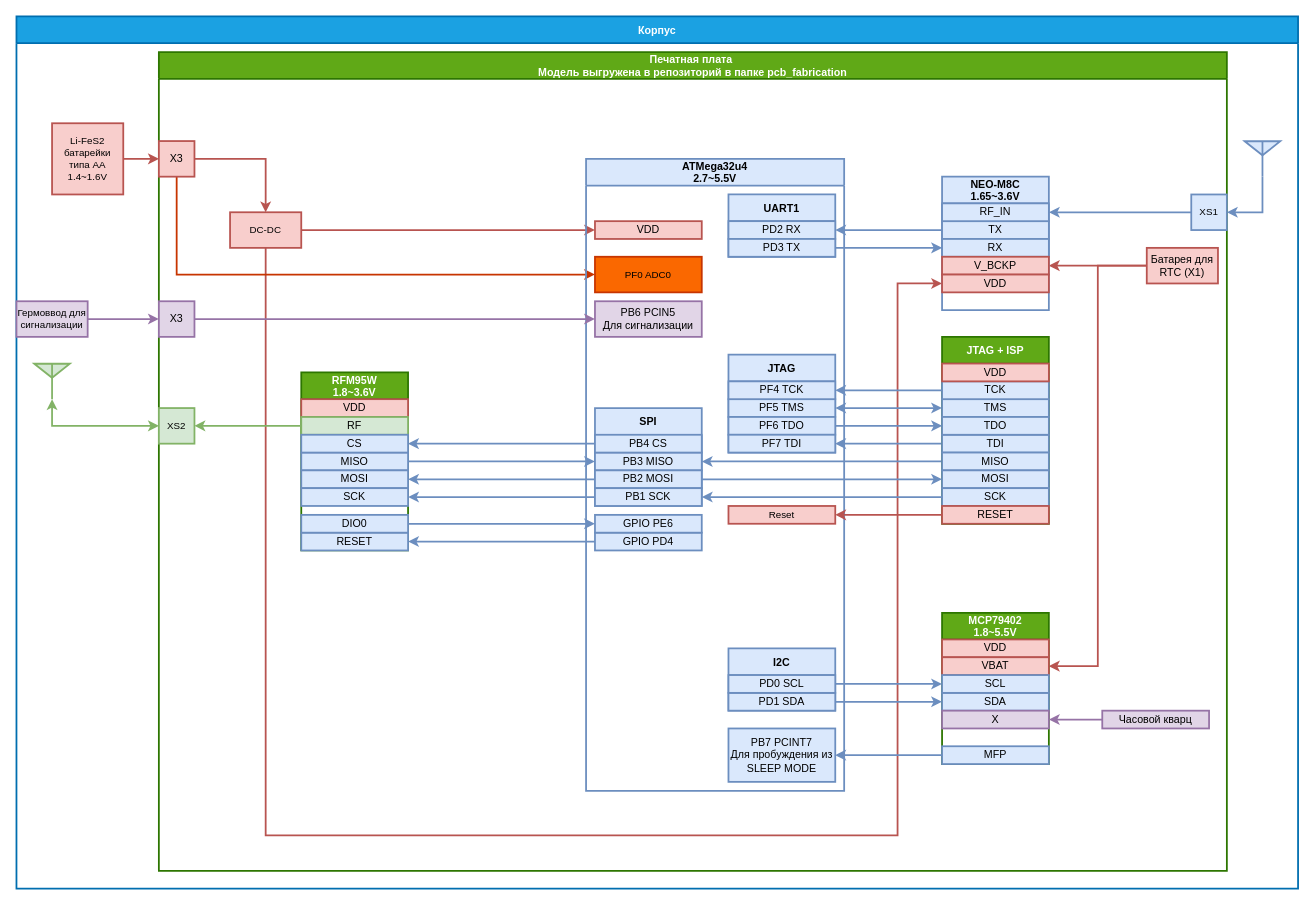
Above: page "v5" (2 of 2) of doc/Структурная схема Peggy Tracker.drawio in Kvenecusghost/Peggy (draw.io), before the change. Source tidied: cells renumbered, new cells numbered last; positions are measured from the earlier drawing's top-left corner, leaving out a move shared by most shapes. Both pictures are drawn from the tidied source at 89%, with x=0, y=0 at pixel (16, 16).
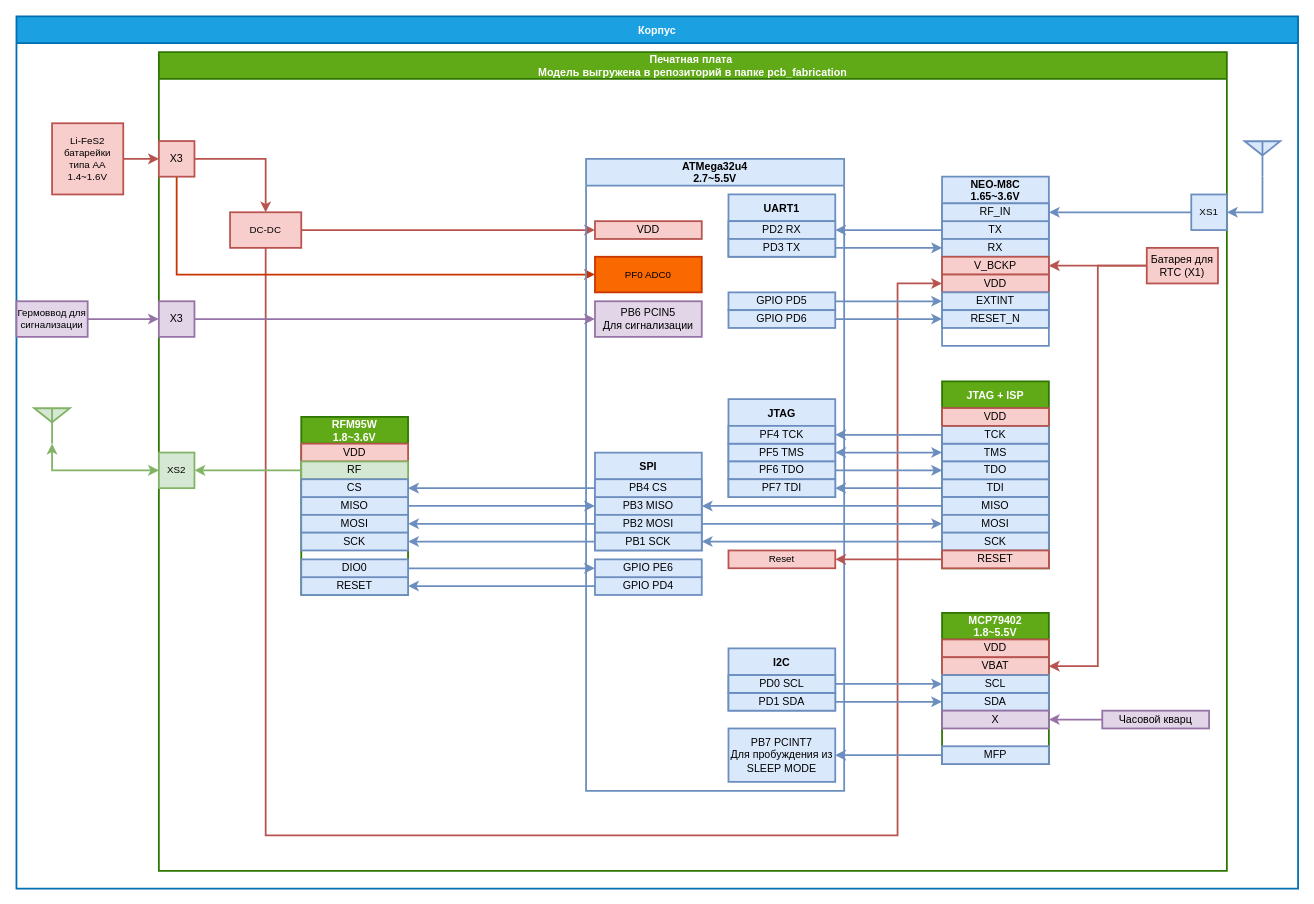
After the change.

Unchanged cells that the change refers to:
```xml
<mxCell id="2" value="Корпус" style="swimlane;startSize=30;fillColor=#1ba1e2;fontColor=#ffffff;strokeColor=#006EAF;strokeWidth=2;" parent="1" vertex="1">
  <mxGeometry width="1440" height="980" as="geometry" />
</mxCell>
<mxCell id="3" value="Печатная плата &#10;Модель выгружена в репозиторий в папке pcb_fabrication" style="swimlane;startSize=30;fillColor=#60a917;fontColor=#ffffff;strokeColor=#2D7600;strokeWidth=2;" parent="2" vertex="1">
  <mxGeometry x="160" y="40" width="1200" height="920" as="geometry" />
</mxCell>
<mxCell id="16" value="ATMega32u4&#10;2.7~5.5V" style="swimlane;startSize=30;fillColor=#dae8fc;strokeColor=#6c8ebf;strokeWidth=2;" parent="3" vertex="1">
  <mxGeometry x="480" y="120" width="290" height="710" as="geometry" />
</mxCell>
```

The edit, as a diff of the source:
```diff
@@
     <mxCell id="12" value="&lt;font style=&quot;font-size: 11px&quot;&gt;XS2&lt;/font&gt;" style="rounded=0;whiteSpace=wrap;html=1;fontSize=11;fillColor=#d5e8d4;strokeColor=#82b366;strokeWidth=2;" parent="3" vertex="1">
-      <mxGeometry y="400" width="40" height="40" as="geometry" />
+      <mxGeometry y="450" width="40" height="40" as="geometry" />
     </mxCell>
@@
     <mxCell id="22" value="JTAG" style="swimlane;startSize=30;fillColor=#dae8fc;strokeColor=#6c8ebf;strokeWidth=2;" parent="16" vertex="1">
-      <mxGeometry x="160" y="220" width="120" height="110" as="geometry" />
+      <mxGeometry x="160" y="270" width="120" height="110" as="geometry" />
     </mxCell>
@@
     <mxCell id="27" value="Reset" style="rounded=0;whiteSpace=wrap;html=1;fontSize=11;fillColor=#f8cecc;strokeColor=#b85450;strokeWidth=2;" parent="16" vertex="1">
-      <mxGeometry x="160" y="390" width="120" height="20" as="geometry" />
+      <mxGeometry x="160" y="440" width="120" height="20" as="geometry" />
     </mxCell>
@@
     <mxCell id="29" value="SPI" style="swimlane;startSize=30;fillColor=#dae8fc;strokeColor=#6c8ebf;strokeWidth=2;" parent="16" vertex="1">
-      <mxGeometry x="10" y="280" width="120" height="110" as="geometry" />
+      <mxGeometry x="10" y="330" width="120" height="110" as="geometry" />
     </mxCell>
@@
     <mxCell id="34" value="GPIO PD4" style="rounded=0;whiteSpace=wrap;html=1;strokeWidth=2;fillColor=#dae8fc;strokeColor=#6c8ebf;" parent="16" vertex="1">
-      <mxGeometry x="10" y="420" width="120" height="20" as="geometry" />
+      <mxGeometry x="10" y="470" width="120" height="20" as="geometry" />
     </mxCell>
     <mxCell id="35" value="GPIO PE6" style="rounded=0;whiteSpace=wrap;html=1;strokeWidth=2;fillColor=#dae8fc;strokeColor=#6c8ebf;" parent="16" vertex="1">
-      <mxGeometry x="10" y="400" width="120" height="20" as="geometry" />
+      <mxGeometry x="10" y="450" width="120" height="20" as="geometry" />
     </mxCell>
@@
+    <mxCell id="104" value="GPIO PD5" style="rounded=0;whiteSpace=wrap;html=1;strokeWidth=2;fillColor=#dae8fc;strokeColor=#6c8ebf;" parent="16" vertex="1">
+      <mxGeometry x="160" y="150" width="120" height="20" as="geometry" />
+    </mxCell>
+    <mxCell id="105" value="GPIO PD6" style="rounded=0;whiteSpace=wrap;html=1;strokeWidth=2;fillColor=#dae8fc;strokeColor=#6c8ebf;" parent="16" vertex="1">
+      <mxGeometry x="160" y="170" width="120" height="20" as="geometry" />
+    </mxCell>
     <mxCell id="40" value="NEO-M8C&#10;1.65~3.6V" style="swimlane;startSize=30;fillColor=#dae8fc;strokeColor=#6c8ebf;strokeWidth=2;" parent="3" vertex="1">
-      <mxGeometry x="880" y="140" width="120" height="150" as="geometry" />
+      <mxGeometry x="880" y="140" width="120" height="190" as="geometry" />
     </mxCell>
@@
+    <mxCell id="106" value="EXTINT" style="rounded=0;whiteSpace=wrap;html=1;strokeWidth=2;fillColor=#dae8fc;strokeColor=#6c8ebf;" parent="40" vertex="1">
+      <mxGeometry y="130" width="120" height="20" as="geometry" />
+    </mxCell>
+    <mxCell id="107" value="RESET_N" style="rounded=0;whiteSpace=wrap;html=1;strokeWidth=2;fillColor=#dae8fc;strokeColor=#6c8ebf;" parent="40" vertex="1">
+      <mxGeometry y="150" width="120" height="20" as="geometry" />
+    </mxCell>
@@
     <mxCell id="52" value="JTAG + ISP" style="swimlane;startSize=30;fillColor=#60a917;strokeColor=#2D7600;fontColor=#ffffff;strokeWidth=2;" parent="3" vertex="1">
-      <mxGeometry x="880" y="320" width="120" height="210" as="geometry" />
+      <mxGeometry x="880" y="370" width="120" height="210" as="geometry" />
     </mxCell>
@@
     <mxCell id="64" value="RFM95W&#10;1.8~3.6V" style="swimlane;startSize=30;fillColor=#60a917;strokeColor=#2D7600;fontColor=#ffffff;strokeWidth=2;" parent="3" vertex="1">
-      <mxGeometry x="160" y="360" width="120" height="200" as="geometry" />
+      <mxGeometry x="160" y="410" width="120" height="200" as="geometry" />
     </mxCell>
@@
+    <mxCell id="108" style="edgeStyle=orthogonalEdgeStyle;rounded=0;jettySize=auto;html=1;exitX=1;exitY=0.5;exitDx=0;exitDy=0;entryX=0;entryY=0.5;entryDx=0;entryDy=0;startArrow=none;startFill=0;endArrow=classic;endFill=1;fillColor=#dae8fc;strokeColor=#6c8ebf;strokeWidth=2;" parent="3" edge="1" source="104" target="106">
+      <mxGeometry relative="1" as="geometry" />
+    </mxCell>
+    <mxCell id="109" style="edgeStyle=orthogonalEdgeStyle;rounded=0;jettySize=auto;html=1;exitX=1;exitY=0.5;exitDx=0;exitDy=0;startArrow=none;startFill=0;endArrow=classic;endFill=1;strokeWidth=2;fillColor=#dae8fc;strokeColor=#6c8ebf;" parent="3" edge="1" source="105" target="107">
+      <mxGeometry relative="1" as="geometry" />
+    </mxCell>
     <mxCell id="96" style="verticalLabelPosition=bottom;shadow=0;dashed=0;align=center;html=1;verticalAlign=top;shape=mxgraph.electrical.radio.aerial_-_antenna_2;fontSize=11;fillColor=#d5e8d4;strokeColor=#82b366;strokeWidth=2;" parent="2" vertex="1">
-      <mxGeometry x="20" y="390" width="40" height="40" as="geometry" />
+      <mxGeometry x="20" y="440" width="40" height="40" as="geometry" />
     </mxCell>
```
